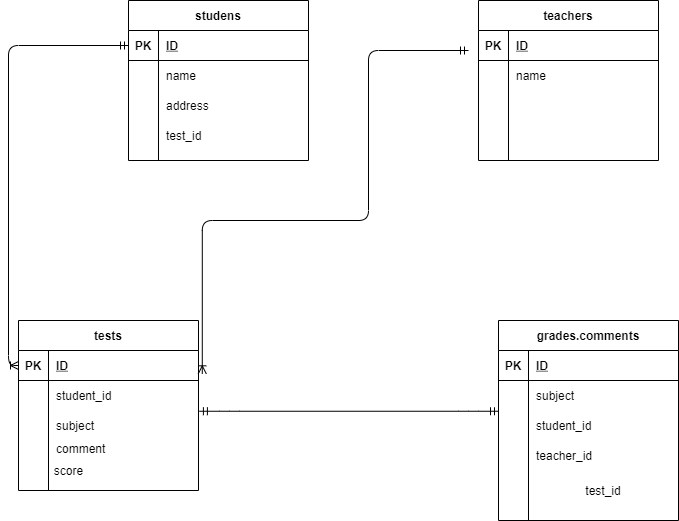
Earlier version of the draw.io export index.drawio.png (Riko-15/DB). Source tidied: cells renumbered, new cells last; positions are measured from the earlier drawing's top-left corner, leaving out a move shared by most shapes.
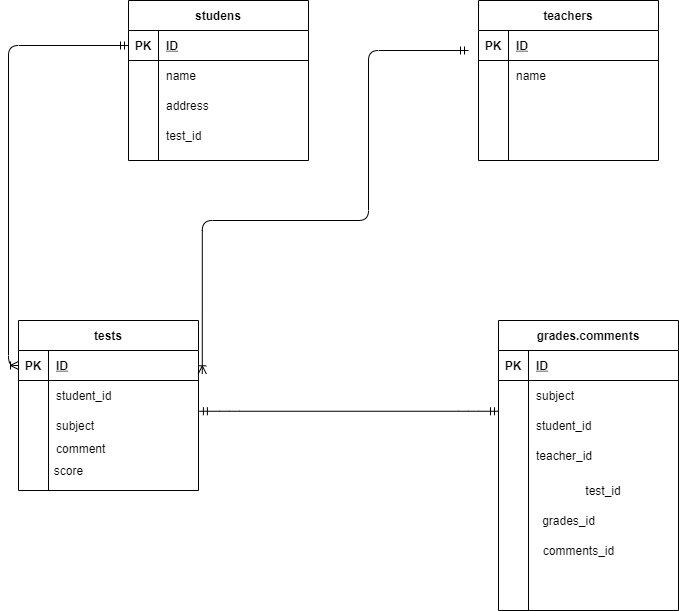
After the commit.

Diff of the diagram source:
```diff
@@ -120,7 +120,7 @@
       <mxGeometry x="30" width="150" height="20" as="geometry" />
     </mxCell>
     <mxCell id="41" value="grades.comments" style="shape=table;startSize=30;rowLines=0;fontStyle=1;align=center;" parent="1" vertex="1">
-      <mxGeometry x="480" y="320" width="180" height="200" as="geometry" />
+      <mxGeometry x="480" y="320" width="180" height="290" as="geometry" />
     </mxCell>
     <mxCell id="42" style="shape=partialRectangle;fillColor=none;top=0;left=0;bottom=1;right=0;" parent="41" vertex="1">
       <mxGeometry y="30" width="180" height="30" as="geometry" />
@@ -186,5 +186,11 @@
     <mxCell id="60" value="score&lt;br&gt;" style="text;html=1;align=center;verticalAlign=middle;" parent="1" vertex="1">
       <mxGeometry x="30" y="460" width="40" height="20" as="geometry" />
     </mxCell>
+    <mxCell id="61" value="grades_id&lt;br&gt;" style="text;html=1;align=center;verticalAlign=middle;" parent="1" vertex="1">
+      <mxGeometry x="515" y="510" width="70" height="20" as="geometry" />
+    </mxCell>
+    <mxCell id="62" value="comments_id&lt;br&gt;" style="text;html=1;align=center;verticalAlign=middle;" parent="1" vertex="1">
+      <mxGeometry x="515" y="540" width="90" height="20" as="geometry" />
+    </mxCell>
   </root>
 </mxGraphModel>
```
